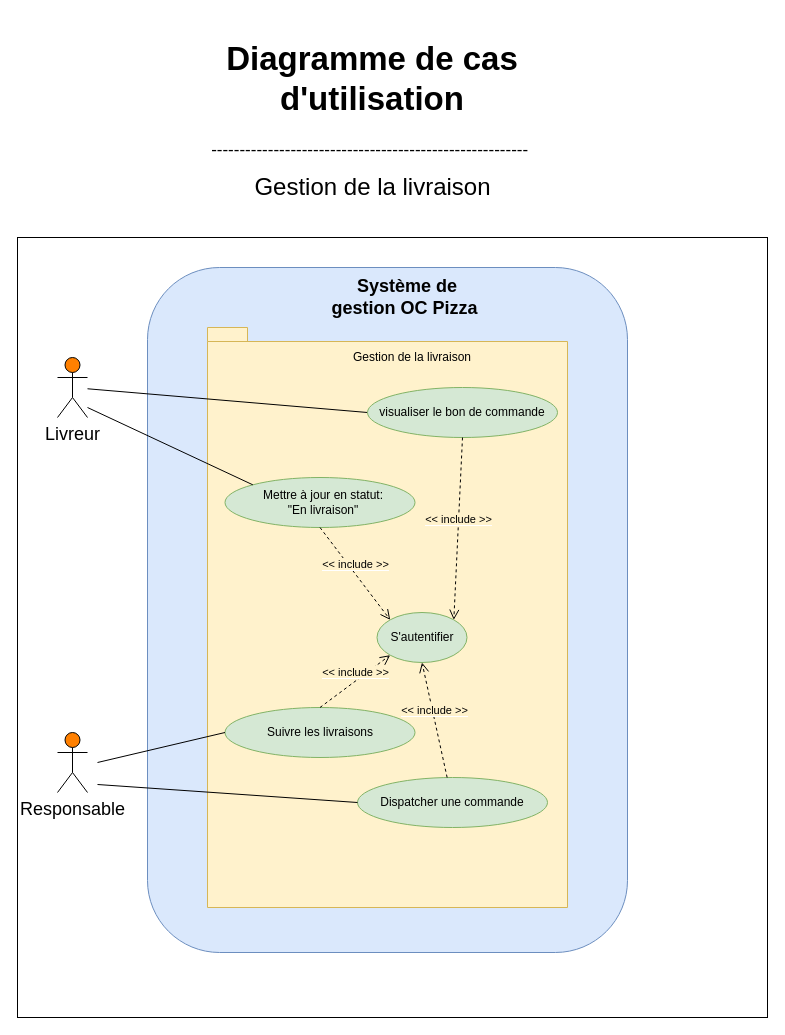
Maayaavi/OC_Project_4 keeps this draw.io diagram as page "Gestion de livraison" (3 of 5) of Use case Diagram.drawio. Above is the earlier version. Source tidied: cells renumbered, new cells numbered last; positions are measured from the earlier drawing's top-left corner, leaving out a move shared by most shapes. Both pictures are drawn from the tidied source at 100%, with x=0, y=0 at pixel (17, 27).
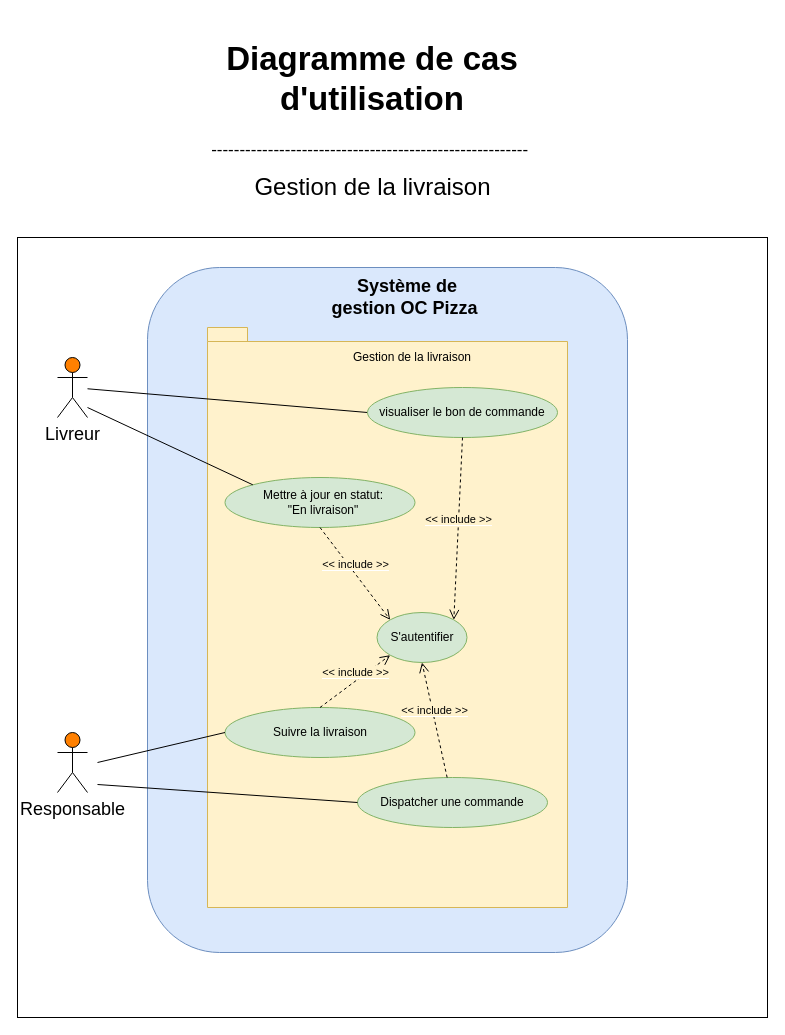
After the change.

What changed in the source:
```diff
@@
-    <mxCell id="18" value="Suivre les livraisons" style="text;html=1;strokeColor=none;fillColor=none;align=center;verticalAlign=middle;whiteSpace=wrap;rounded=0;" parent="1" vertex="1">
+    <mxCell id="18" value="Suivre la livraison" style="text;html=1;strokeColor=none;fillColor=none;align=center;verticalAlign=middle;whiteSpace=wrap;rounded=0;" parent="1" vertex="1">
       <mxGeometry x="197.5" y="695" width="210" height="20" as="geometry" />
     </mxCell>
```
